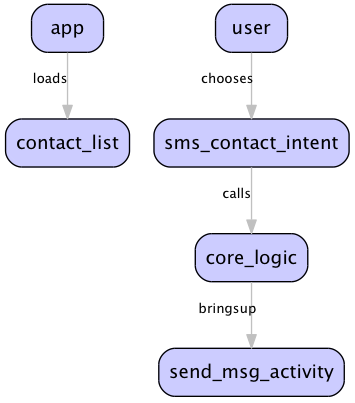
This is send_contact.png from vinodkd/SendContact, a Graphviz export, as it was before one commit. Its source is kept beside it as send_contact.dot.
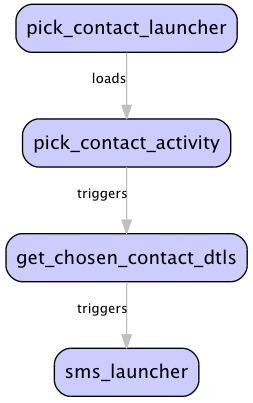
After the commit.

Change to the diagram source:
```diff
@@ -1,12 +1,10 @@
 digraph G{
         node[shape=box style="rounded,filled" fontname=Sans fillcolor="#ccccff"]  //i'm terrible partial to to perrywinkle blue ;)
 
-    app -> contact_list [label="loads",color=gray, fontname=Sans fontsize="10"]
+    pick_contact_launcher -> pick_contact_activity [label="loads",color=gray, fontname=Sans fontsize="10"]
 
-    user -> sms_contact_intent [label="chooses",color=gray, fontname=Sans fontsize="10"]
+    pick_contact_activity -> get_chosen_contact_dtls [label="triggers",color=gray, fontname=Sans fontsize="10"]
 
-    sms_contact_intent -> core_logic [label="calls",color=gray, fontname=Sans fontsize="10"]
-
-    core_logic -> send_msg_activity [label="bringsup",color=gray, fontname=Sans fontsize="10"]
+    get_chosen_contact_dtls -> sms_launcher [label="triggers",color=gray, fontname=Sans fontsize="10"]
 
 }
```
